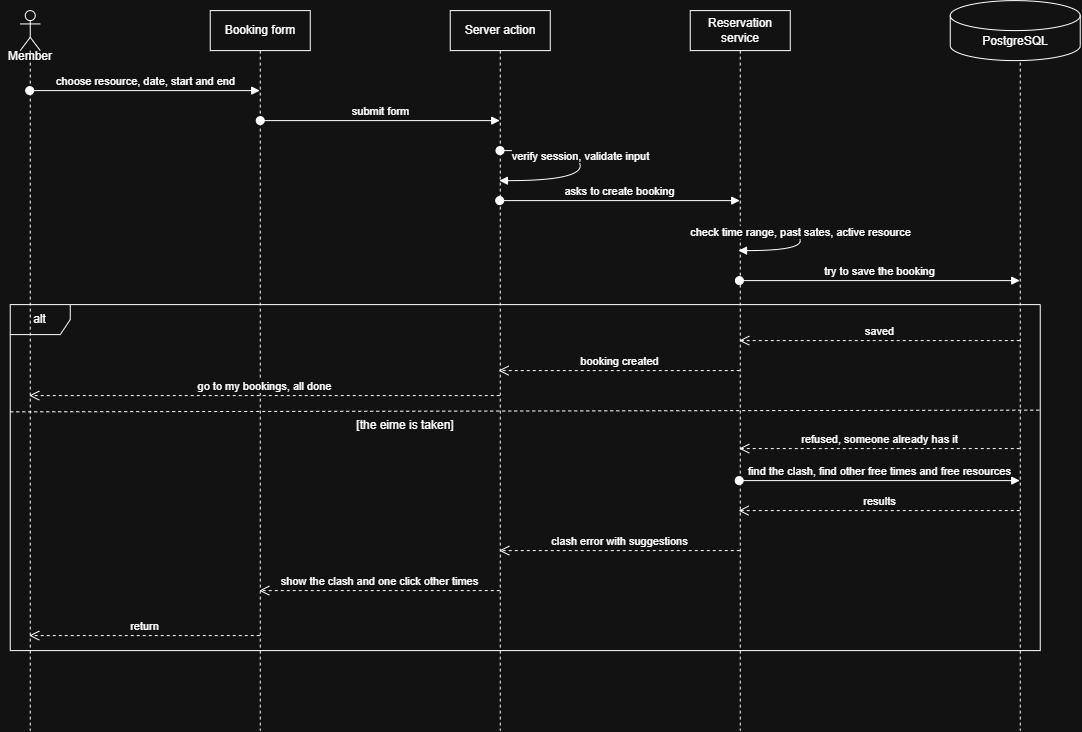
The draw.io diagram docs/diagrams/sequence.png in Dunith-Code/reservacore, before a commit. Source tidied: cells renumbered, new cells last; positions are measured from the earlier drawing's top-left corner, leaving out a move shared by most shapes. The source it was exported from:
```xml
<mxGraphModel>
  <root>
    <mxCell id="0" />
    <mxCell id="1" parent="0" />
    <mxCell id="2" value="Booking form" style="shape=umlLifeline;perimeter=lifelinePerimeter;whiteSpace=wrap;html=1;newEdgeStyle={&quot;curved&quot;:0,&quot;rounded&quot;:0};" parent="1" vertex="1">
      <mxGeometry x="210" y="10" width="100" height="720" as="geometry" />
    </mxCell>
    <mxCell id="3" value="Server action" style="shape=umlLifeline;perimeter=lifelinePerimeter;whiteSpace=wrap;html=1;outlineConnect=0;portConstraint=eastwest;newEdgeStyle={&quot;curved&quot;:0,&quot;rounded&quot;:0};" parent="1" vertex="1">
      <mxGeometry x="450" y="10" width="100" height="720" as="geometry" />
    </mxCell>
    <mxCell id="4" value="Reservation service" style="shape=umlLifeline;perimeter=lifelinePerimeter;whiteSpace=wrap;html=1;outlineConnect=0;portConstraint=eastwest;newEdgeStyle={&quot;curved&quot;:0,&quot;rounded&quot;:0};" parent="1" vertex="1">
      <mxGeometry x="690" y="10" width="100" height="720" as="geometry" />
    </mxCell>
    <mxCell id="5" value="choose resource, date, start and end" style="html=1;verticalAlign=bottom;startArrow=oval;startFill=1;endArrow=block;startSize=8;curved=0;rounded=0;" parent="1" edge="1">
      <mxGeometry relative="1" as="geometry">
        <mxPoint x="29.4" y="90" as="sourcePoint" />
        <mxPoint x="259.5" y="90" as="targetPoint" />
      </mxGeometry>
    </mxCell>
    <mxCell id="6" value="submit form" style="html=1;verticalAlign=bottom;startArrow=oval;startFill=1;endArrow=block;startSize=8;curved=0;rounded=0;exitX=0.5;exitY=1;exitDx=0;exitDy=0;exitPerimeter=0;" parent="1" edge="1">
      <mxGeometry relative="1" as="geometry">
        <mxPoint x="260" y="120" as="sourcePoint" />
        <mxPoint x="499.5" y="120" as="targetPoint" />
      </mxGeometry>
    </mxCell>
    <mxCell id="7" value="verify session, validate input" style="html=1;verticalAlign=bottom;startArrow=oval;startFill=1;endArrow=block;startSize=8;curved=1;rounded=0;edgeStyle=orthogonalEdgeStyle;" parent="1" edge="1">
      <mxGeometry relative="1" as="geometry">
        <mxPoint x="499.7" y="150" as="sourcePoint" />
        <mxPoint x="499.2" y="180.1" as="targetPoint" />
        <Array as="points">
          <mxPoint x="580" y="150" />
          <mxPoint x="580" y="180" />
        </Array>
      </mxGeometry>
    </mxCell>
    <mxCell id="8" value="asks to create booking" style="html=1;verticalAlign=bottom;startArrow=oval;startFill=1;endArrow=block;startSize=8;curved=0;rounded=0;" parent="1" edge="1">
      <mxGeometry relative="1" as="geometry">
        <mxPoint x="499.4" y="200" as="sourcePoint" />
        <mxPoint x="739.5" y="200" as="targetPoint" />
      </mxGeometry>
    </mxCell>
    <mxCell id="9" value="check time range, past sates, active resource" style="html=1;verticalAlign=bottom;startArrow=oval;startFill=1;endArrow=block;startSize=8;curved=1;rounded=0;edgeStyle=orthogonalEdgeStyle;" parent="1" edge="1" target="4">
      <mxGeometry relative="1" as="geometry">
        <mxPoint x="739.4" y="230" as="sourcePoint" />
        <Array as="points">
          <mxPoint x="800" y="230" />
          <mxPoint x="800" y="250" />
        </Array>
      </mxGeometry>
    </mxCell>
    <mxCell id="10" value="try to save the booking" style="html=1;verticalAlign=bottom;startArrow=oval;startFill=1;endArrow=block;startSize=8;curved=0;rounded=0;" parent="1" edge="1">
      <mxGeometry relative="1" as="geometry">
        <mxPoint x="739.2" y="280" as="sourcePoint" />
        <mxPoint x="1019.5" y="280" as="targetPoint" />
      </mxGeometry>
    </mxCell>
    <mxCell id="11" value="alt" style="shape=umlFrame;whiteSpace=wrap;html=1;" parent="1" vertex="1">
      <mxGeometry x="10" y="304" width="1030" height="346" as="geometry" />
    </mxCell>
    <mxCell id="12" value="saved" style="html=1;verticalAlign=bottom;endArrow=open;dashed=1;endSize=8;curved=0;rounded=0;" parent="1" edge="1">
      <mxGeometry relative="1" as="geometry">
        <mxPoint x="1019.5" y="340" as="sourcePoint" />
        <mxPoint x="739" y="340" as="targetPoint" />
      </mxGeometry>
    </mxCell>
    <mxCell id="13" value="booking created" style="html=1;verticalAlign=bottom;endArrow=open;dashed=1;endSize=8;curved=0;rounded=0;" parent="1" edge="1" source="4" target="3">
      <mxGeometry relative="1" as="geometry" />
    </mxCell>
    <mxCell id="14" value="go to my bookings, all done" style="html=1;verticalAlign=bottom;endArrow=open;dashed=1;endSize=8;curved=0;rounded=0;" parent="1" edge="1">
      <mxGeometry relative="1" as="geometry">
        <mxPoint x="499.5" y="395" as="sourcePoint" />
        <mxPoint x="29" y="395" as="targetPoint" />
      </mxGeometry>
    </mxCell>
    <mxCell id="15" value="refused, someone already has it" style="html=1;verticalAlign=bottom;endArrow=open;dashed=1;endSize=8;curved=0;rounded=0;" parent="1" edge="1">
      <mxGeometry relative="1" as="geometry">
        <mxPoint x="1019.5" y="448" as="sourcePoint" />
        <mxPoint x="739" y="448" as="targetPoint" />
      </mxGeometry>
    </mxCell>
    <mxCell id="16" value="find the clash, find other free times and free resources" style="html=1;verticalAlign=bottom;startArrow=oval;startFill=1;endArrow=block;startSize=8;curved=0;rounded=0;" parent="1" edge="1">
      <mxGeometry relative="1" as="geometry">
        <mxPoint x="739" y="480" as="sourcePoint" />
        <mxPoint x="1019.5" y="480" as="targetPoint" />
      </mxGeometry>
    </mxCell>
    <mxCell id="17" value="results" style="html=1;verticalAlign=bottom;endArrow=open;dashed=1;endSize=8;curved=0;rounded=0;" parent="1" edge="1" target="4">
      <mxGeometry relative="1" as="geometry">
        <mxPoint x="1019.5" y="510" as="sourcePoint" />
      </mxGeometry>
    </mxCell>
    <mxCell id="18" value="clash error with suggestions" style="html=1;verticalAlign=bottom;endArrow=open;dashed=1;endSize=8;curved=0;rounded=0;" parent="1" edge="1">
      <mxGeometry relative="1" as="geometry">
        <mxPoint x="739.5" y="550" as="sourcePoint" />
        <mxPoint x="499" y="550" as="targetPoint" />
      </mxGeometry>
    </mxCell>
    <mxCell id="19" value="show the clash and one click other times" style="html=1;verticalAlign=bottom;endArrow=open;dashed=1;endSize=8;curved=0;rounded=0;" parent="1" edge="1">
      <mxGeometry relative="1" as="geometry">
        <mxPoint x="499.5" y="590" as="sourcePoint" />
        <mxPoint x="259" y="590" as="targetPoint" />
      </mxGeometry>
    </mxCell>
    <mxCell id="20" value="return" style="html=1;verticalAlign=bottom;endArrow=open;dashed=1;endSize=8;curved=0;rounded=0;" parent="1" edge="1">
      <mxGeometry relative="1" as="geometry">
        <mxPoint x="259.5" y="635" as="sourcePoint" />
        <mxPoint x="29" y="635" as="targetPoint" />
      </mxGeometry>
    </mxCell>
    <mxCell id="21" style="endArrow=none;dashed=1;html=1;rounded=0;entryX=1.002;entryY=0.305;entryDx=0;entryDy=0;entryPerimeter=0;exitX=0;exitY=0.31;exitDx=0;exitDy=0;exitPerimeter=0;" parent="1" edge="1" source="11" target="11">
      <mxGeometry relative="1" as="geometry" />
    </mxCell>
    <mxCell id="22" style="group;" parent="1" vertex="1">
      <mxGeometry y="10" width="60" height="720" as="geometry" />
    </mxCell>
    <mxCell id="23" style="shape=umlLifeline;perimeter=lifelinePerimeter;whiteSpace=wrap;html=1;newEdgeStyle={&quot;curved&quot;:0,&quot;rounded&quot;:0};participant=umlActor;" parent="22" vertex="1">
      <mxGeometry x="20" width="20" height="720" as="geometry" />
    </mxCell>
    <mxCell id="24" value="Member" style="text;html=1;whiteSpace=wrap;strokeColor=none;fillColor=none;align=center;verticalAlign=middle;rounded=0;" parent="22" vertex="1">
      <mxGeometry y="10" width="60" height="72" as="geometry" />
    </mxCell>
    <mxCell id="25" style="group;" parent="1" vertex="1">
      <mxGeometry x="950" width="130" height="730" as="geometry" />
    </mxCell>
    <mxCell id="26" value="PostgreSQL" style="shape=umlLifeline;perimeter=lifelinePerimeter;whiteSpace=wrap;html=1;newEdgeStyle={&quot;curved&quot;:0,&quot;rounded&quot;:0};" parent="25" vertex="1">
      <mxGeometry x="20" y="10" width="100" height="720" as="geometry" />
    </mxCell>
    <mxCell id="27" value="PostgreSQL" style="shape=cylinder3;whiteSpace=wrap;html=1;boundedLbl=1;backgroundOutline=1;size=15;" parent="25" vertex="1">
      <mxGeometry width="130" height="60" as="geometry" />
    </mxCell>
    <mxCell id="28" value="[the eime is taken]" style="text;html=1;whiteSpace=wrap;strokeColor=none;fillColor=none;align=center;verticalAlign=middle;rounded=0;" parent="1" vertex="1">
      <mxGeometry x="350" y="410" width="110" height="30" as="geometry" />
    </mxCell>
  </root>
</mxGraphModel>
```
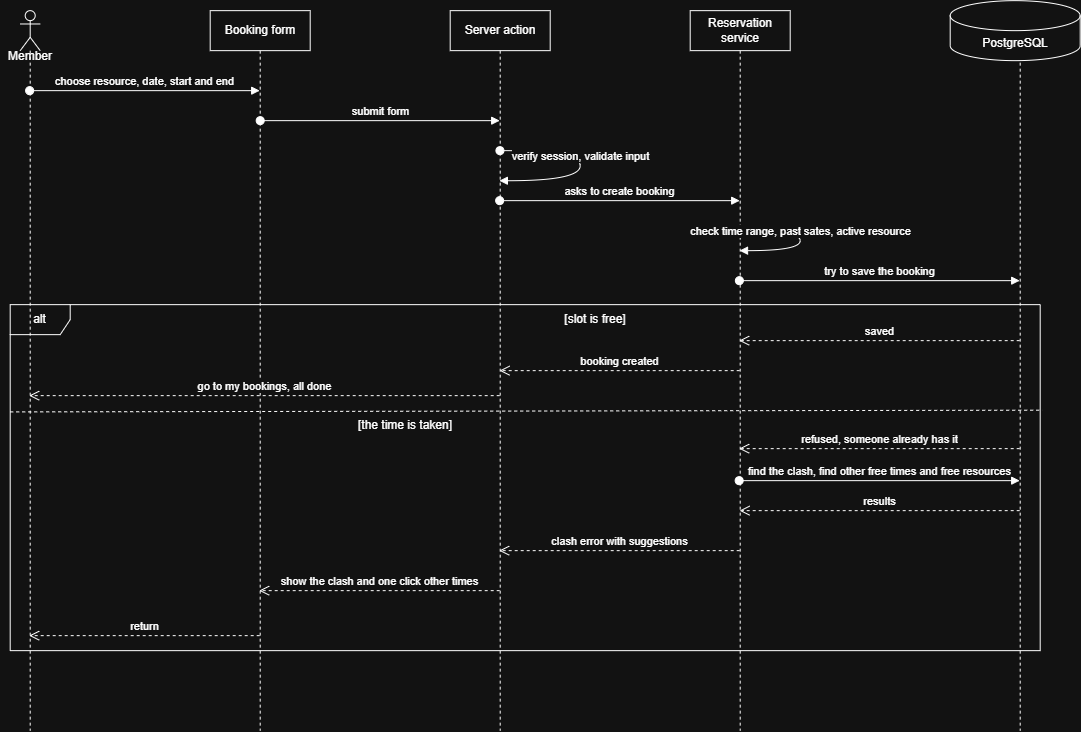
The same diagram one commit later.

Commit message:
Update class and sequence diagram

Diff of the diagram source:
```diff
@@ -128,8 +128,11 @@
     <mxCell id="27" value="PostgreSQL" style="shape=cylinder3;whiteSpace=wrap;html=1;boundedLbl=1;backgroundOutline=1;size=15;" parent="25" vertex="1">
       <mxGeometry width="130" height="60" as="geometry" />
     </mxCell>
-    <mxCell id="28" value="[the eime is taken]" style="text;html=1;whiteSpace=wrap;strokeColor=none;fillColor=none;align=center;verticalAlign=middle;rounded=0;" parent="1" vertex="1">
+    <mxCell id="28" value="[the time is taken]" style="text;html=1;whiteSpace=wrap;strokeColor=none;fillColor=none;align=center;verticalAlign=middle;rounded=0;" parent="1" vertex="1">
       <mxGeometry x="350" y="410" width="110" height="30" as="geometry" />
     </mxCell>
+    <mxCell id="29" value="[slot is free]" style="text;html=1;whiteSpace=wrap;strokeColor=none;fillColor=none;align=center;verticalAlign=middle;rounded=0;" parent="1" vertex="1">
+      <mxGeometry x="540" y="304" width="110" height="30" as="geometry" />
+    </mxCell>
   </root>
 </mxGraphModel>
```
